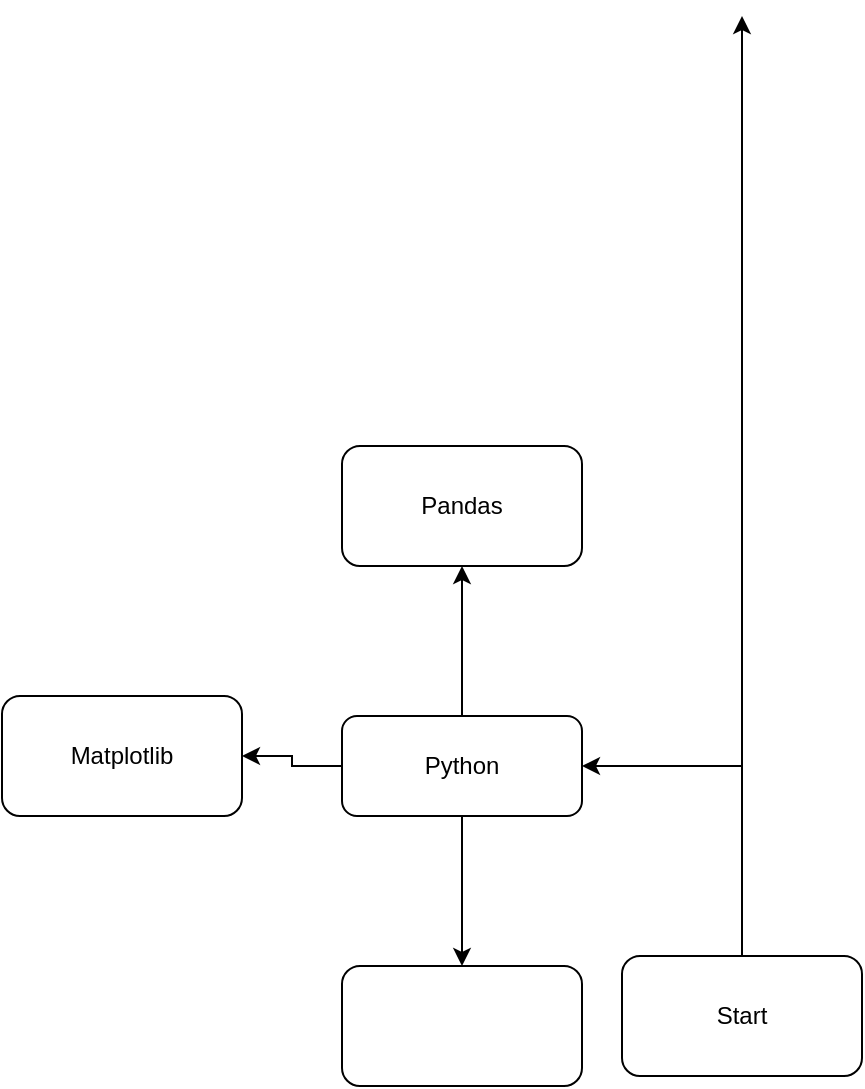
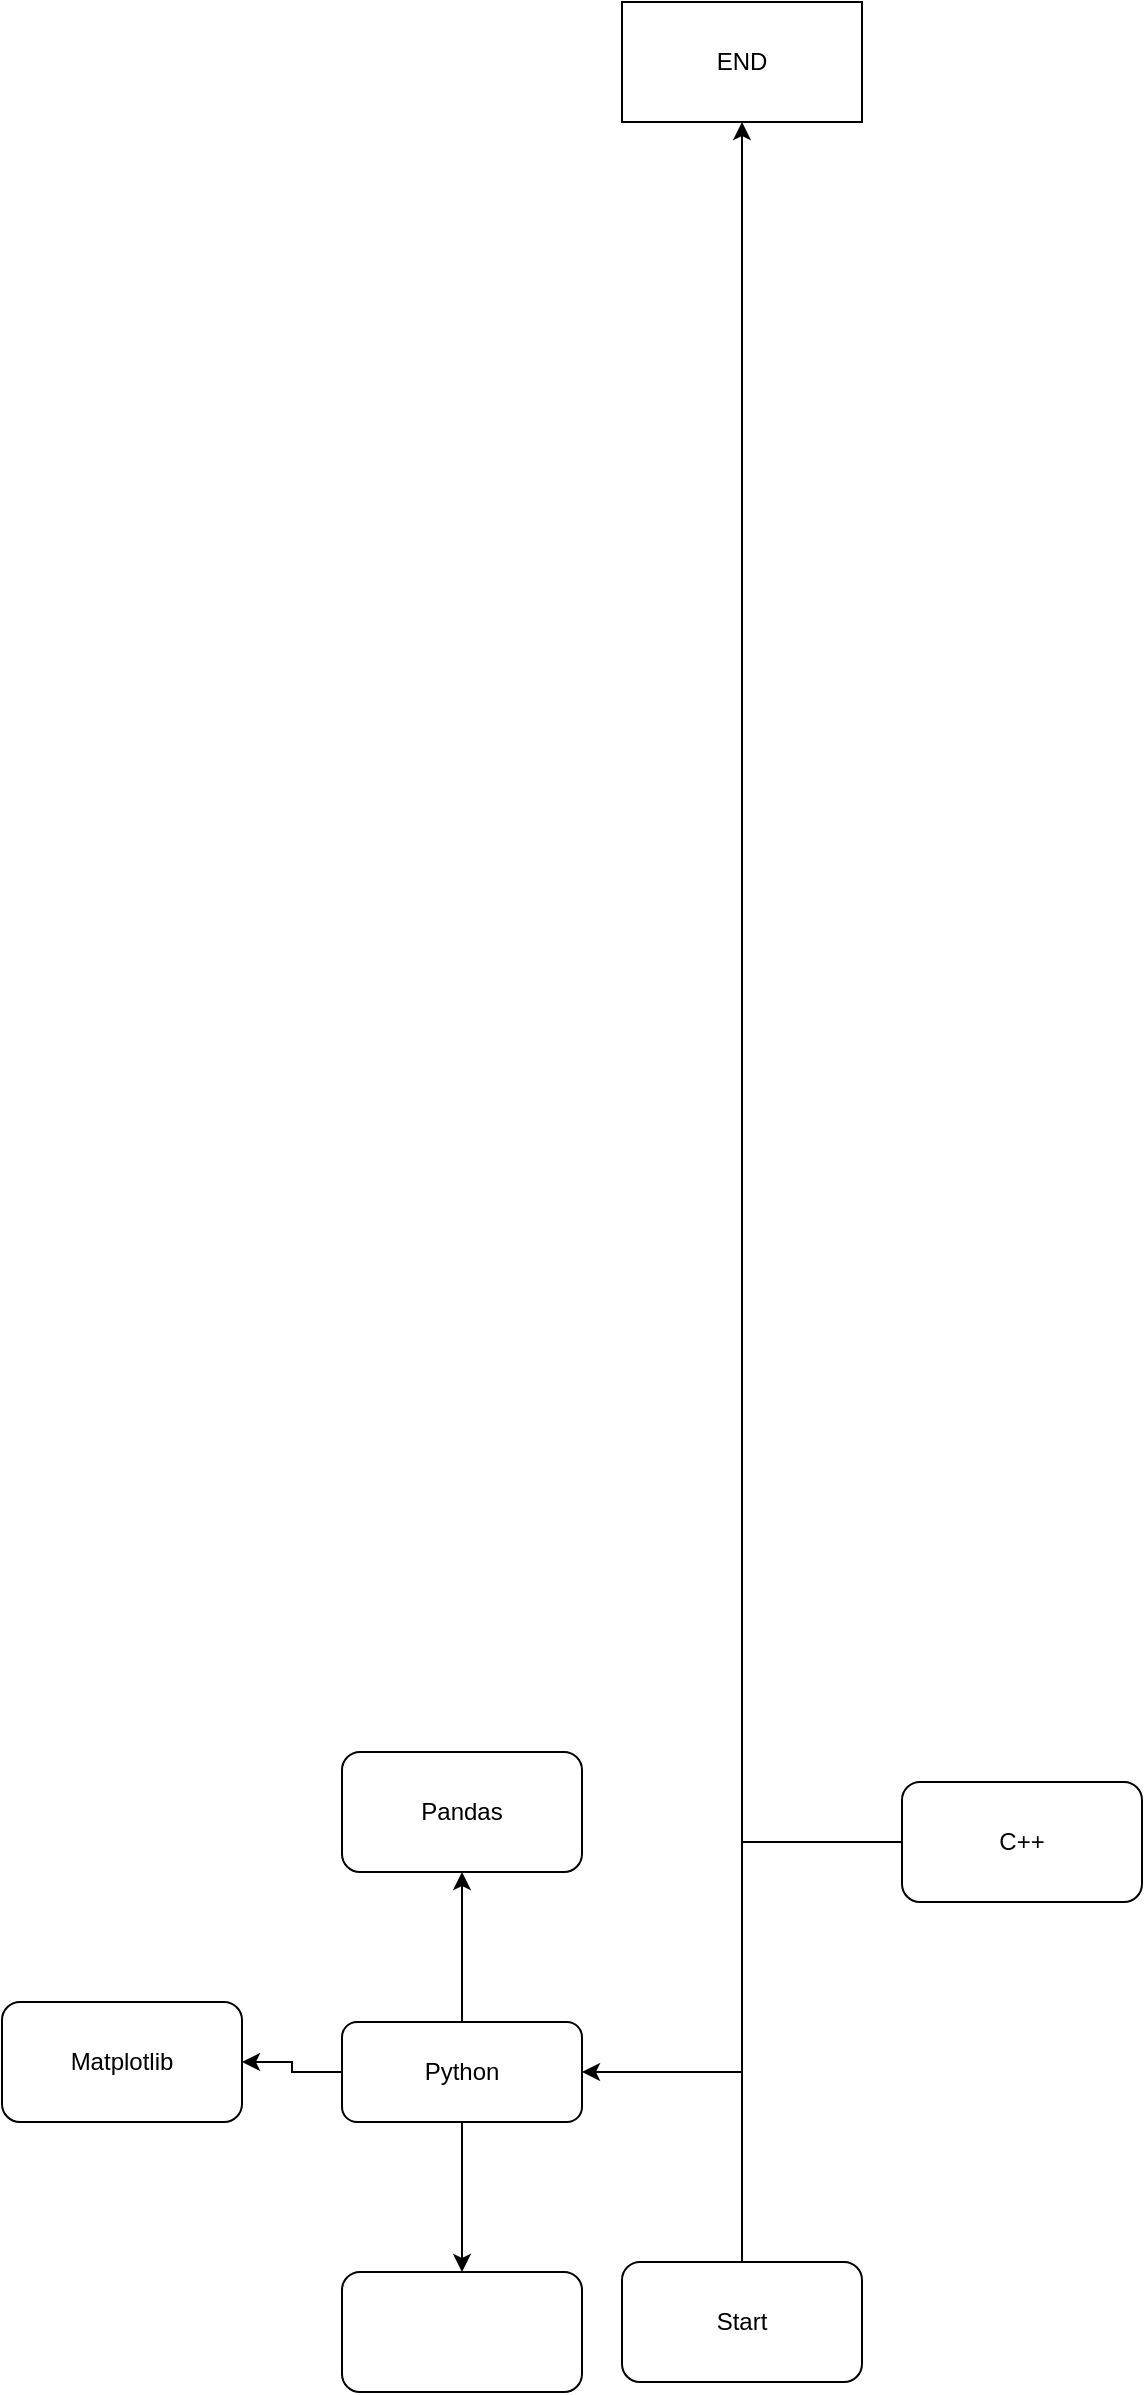
<mxfile host="app.diagrams.net">
  <diagram name="Page-1" id="Pzi2K8eUDbletzmCCNNF">
-     <mxGraphModel dx="846" dy="431" grid="1" gridSize="10" guides="1" tooltips="1" connect="1" arrows="1" fold="1" page="1" pageScale="1" pageWidth="827" pageHeight="1169" math="0" shadow="0">
+     <mxGraphModel dx="846" dy="1600" grid="1" gridSize="10" guides="1" tooltips="1" connect="1" arrows="1" fold="1" page="1" pageScale="1" pageWidth="827" pageHeight="1169" math="0" shadow="0">
      <root>
        <mxCell id="0" />
        <mxCell id="1" parent="0" />
-         <mxCell id="fgZDhuVH9KQVBe-ZrJhz-3" edge="1" parent="1" source="fgZDhuVH9KQVBe-ZrJhz-1" style="rounded=0;orthogonalLoop=1;jettySize=auto;html=1;edgeStyle=orthogonalEdgeStyle;" value="">
+         <mxCell id="fgZDhuVH9KQVBe-ZrJhz-3" edge="1" parent="1" source="fgZDhuVH9KQVBe-ZrJhz-1" style="rounded=0;orthogonalLoop=1;jettySize=auto;html=1;edgeStyle=orthogonalEdgeStyle;entryX=0.5;entryY=1;entryDx=0;entryDy=0;" target="bcVtGNW_bYs7NsjRsSEb-3" value="">
          <mxGeometry relative="1" as="geometry">
-             <mxPoint x="400" y="80" as="targetPoint" />
+             <mxPoint x="440" y="240" as="targetPoint" />
          </mxGeometry>
        </mxCell>
        <mxCell id="fgZDhuVH9KQVBe-ZrJhz-1" parent="1" style="rounded=1;whiteSpace=wrap;html=1;" value="Start" vertex="1">
-           <mxGeometry height="60" width="120" x="340" y="550" as="geometry" />
+           <mxGeometry height="60" width="120" x="380" y="990" as="geometry" />
        </mxCell>
        <mxCell id="fgZDhuVH9KQVBe-ZrJhz-6" edge="1" parent="1" source="fgZDhuVH9KQVBe-ZrJhz-2" style="edgeStyle=orthogonalEdgeStyle;rounded=0;orthogonalLoop=1;jettySize=auto;html=1;" target="fgZDhuVH9KQVBe-ZrJhz-5" value="">
          <mxGeometry relative="1" as="geometry" />
        </mxCell>
        <mxCell id="fgZDhuVH9KQVBe-ZrJhz-11" edge="1" parent="1" source="fgZDhuVH9KQVBe-ZrJhz-2" style="edgeStyle=orthogonalEdgeStyle;rounded=0;orthogonalLoop=1;jettySize=auto;html=1;entryX=1;entryY=0.5;entryDx=0;entryDy=0;" target="fgZDhuVH9KQVBe-ZrJhz-7">
          <mxGeometry relative="1" as="geometry" />
        </mxCell>
        <mxCell id="fgZDhuVH9KQVBe-ZrJhz-13" edge="1" parent="1" source="fgZDhuVH9KQVBe-ZrJhz-2" style="edgeStyle=orthogonalEdgeStyle;rounded=0;orthogonalLoop=1;jettySize=auto;html=1;" target="fgZDhuVH9KQVBe-ZrJhz-12" value="">
          <mxGeometry relative="1" as="geometry" />
        </mxCell>
        <mxCell id="fgZDhuVH9KQVBe-ZrJhz-2" parent="1" style="whiteSpace=wrap;html=1;rounded=1;" value="Python" vertex="1">
-           <mxGeometry height="50" width="120" x="200" y="430" as="geometry" />
+           <mxGeometry height="50" width="120" x="240" y="870" as="geometry" />
        </mxCell>
        <mxCell id="fgZDhuVH9KQVBe-ZrJhz-4" edge="1" parent="1" style="endArrow=classic;html=1;rounded=0;entryX=1;entryY=0.5;entryDx=0;entryDy=0;" target="fgZDhuVH9KQVBe-ZrJhz-2" value="">
          <mxGeometry height="50" relative="1" width="50" as="geometry">
-             <mxPoint x="400" y="455" as="sourcePoint" />
-             <mxPoint x="440" y="450" as="targetPoint" />
+             <mxPoint x="440" y="895" as="sourcePoint" />
+             <mxPoint x="480" y="890" as="targetPoint" />
          </mxGeometry>
        </mxCell>
        <mxCell id="fgZDhuVH9KQVBe-ZrJhz-5" parent="1" style="whiteSpace=wrap;html=1;rounded=1;" value="Pandas" vertex="1">
-           <mxGeometry height="60" width="120" x="200" y="295" as="geometry" />
+           <mxGeometry height="60" width="120" x="240" y="735" as="geometry" />
        </mxCell>
        <mxCell id="fgZDhuVH9KQVBe-ZrJhz-7" parent="1" style="whiteSpace=wrap;html=1;rounded=1;" value="Matplotlib" vertex="1">
-           <mxGeometry height="60" width="120" x="30" y="420" as="geometry" />
+           <mxGeometry height="60" width="120" x="70" y="860" as="geometry" />
        </mxCell>
        <mxCell id="fgZDhuVH9KQVBe-ZrJhz-12" parent="1" style="whiteSpace=wrap;html=1;rounded=1;" value="" vertex="1">
-           <mxGeometry height="60" width="120" x="200" y="555" as="geometry" />
+           <mxGeometry height="60" width="120" x="240" y="995" as="geometry" />
+         </mxCell>
+         <mxCell id="bcVtGNW_bYs7NsjRsSEb-2" edge="1" parent="1" source="bcVtGNW_bYs7NsjRsSEb-1" style="edgeStyle=orthogonalEdgeStyle;rounded=0;orthogonalLoop=1;jettySize=auto;html=1;endArrow=none;endFill=0;">
+           <mxGeometry relative="1" as="geometry">
+             <mxPoint x="440" y="780" as="targetPoint" />
+           </mxGeometry>
+         </mxCell>
+         <mxCell id="bcVtGNW_bYs7NsjRsSEb-1" parent="1" style="rounded=1;whiteSpace=wrap;html=1;" value="C++" vertex="1">
+           <mxGeometry height="60" width="120" x="520" y="750" as="geometry" />
+         </mxCell>
+         <mxCell id="bcVtGNW_bYs7NsjRsSEb-3" parent="1" style="rounded=0;whiteSpace=wrap;html=1;" value="END" vertex="1">
+           <mxGeometry height="60" width="120" x="380" y="-140" as="geometry" />
        </mxCell>
      </root>
    </mxGraphModel>
  </diagram>
</mxfile>
